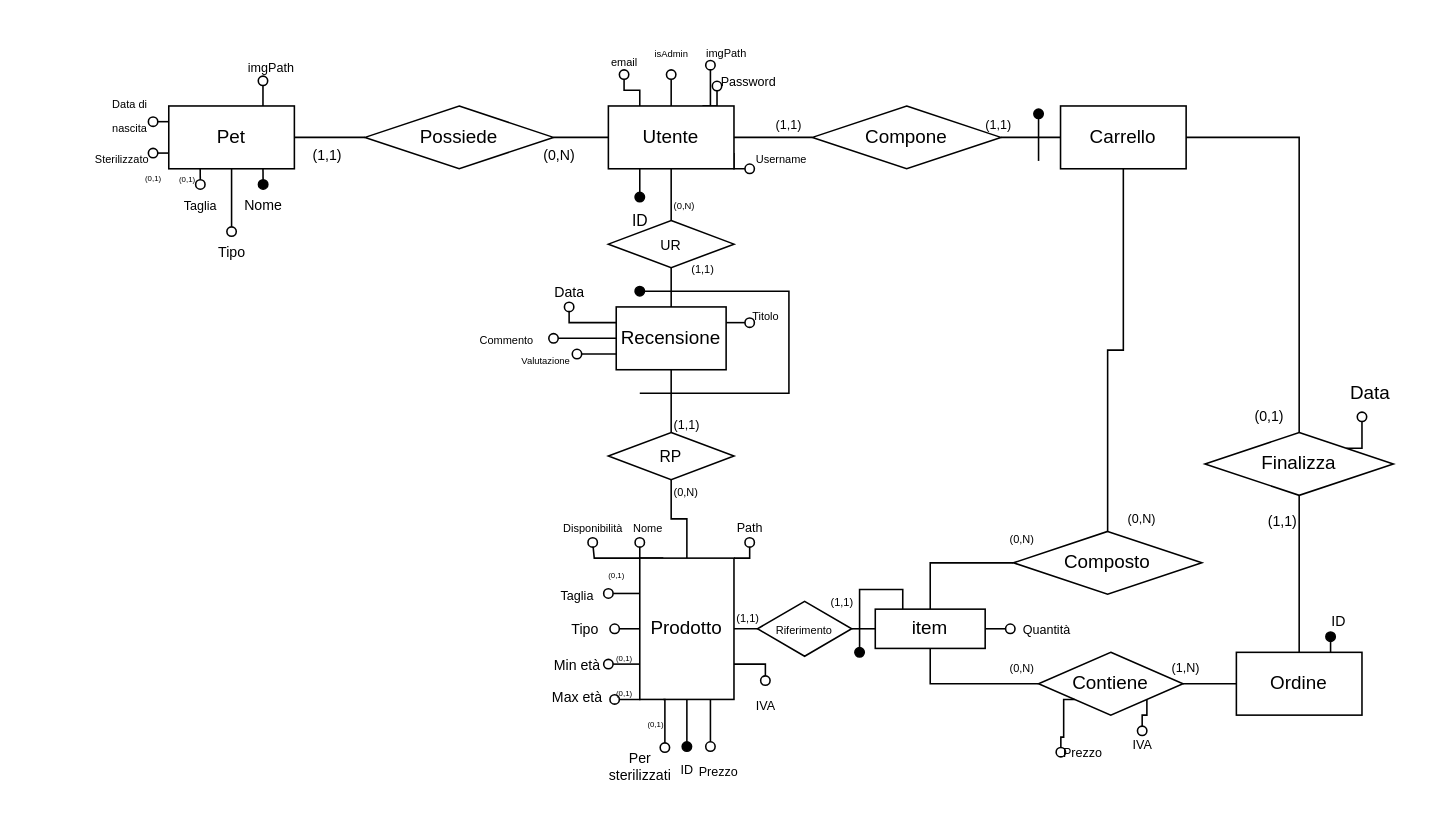
Before: Documenti/DrawIo&Images/DarwinShopNormalized.drawio in NumberZeroo/TSW_Proj, a draw.io diagram. Source tidied: cells renumbered, new cells numbered last; positions are measured from the earlier drawing's top-left corner, leaving out a move shared by most shapes. Both pictures are drawn from the tidied source at 157%, with x=0, y=0 at pixel (27, 27).
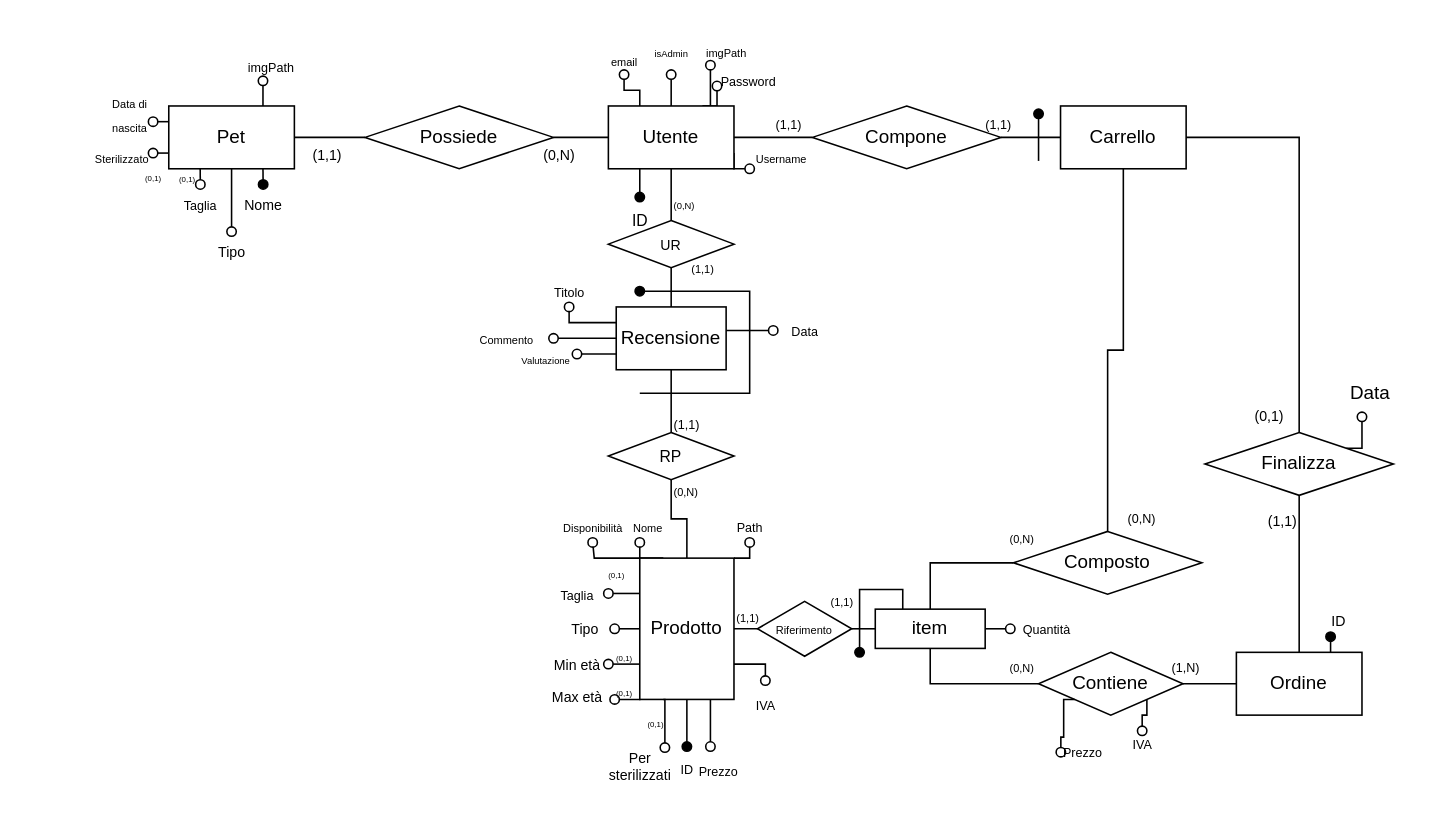
The same page after the edit.

Unchanged cells that the change refers to:
```xml
<mxCell id="114" value="Recensione" style="rounded=0;whiteSpace=wrap;html=1;" parent="1" vertex="1">
  <mxGeometry x="375" y="178" width="70" height="40" as="geometry" />
</mxCell>
```

The edit, as a diff of the source:
```diff
@@
-    <mxCell id="87" value="&lt;font style=&quot;font-size: 9px;&quot;&gt;Data&lt;/font&gt;" style="text;html=1;align=center;verticalAlign=middle;strokeColor=none;fillColor=none;" parent="1" vertex="1">
+    <mxCell id="87" value="&lt;font style=&quot;font-size: 8px;&quot;&gt;Titolo&lt;/font&gt;" style="text;html=1;align=center;verticalAlign=middle;strokeColor=none;fillColor=none;" parent="1" vertex="1">
       <mxGeometry x="325" y="153" width="40" height="30" as="geometry" />
     </mxCell>
@@
-    <mxCell id="89" value="&lt;font style=&quot;font-size: 7px;&quot;&gt;Titolo&lt;/font&gt;" style="text;html=1;align=center;verticalAlign=middle;points=[];strokeColor=none;fillColor=none;" parent="1" vertex="1">
-      <mxGeometry x="450" y="168" width="40" height="30" as="geometry" />
+    <mxCell id="89" value="&lt;font style=&quot;font-size: 8px;&quot;&gt;Data&lt;br&gt;&lt;/font&gt;" style="text;html=1;align=center;verticalAlign=middle;points=[];strokeColor=none;fillColor=none;" parent="1" vertex="1">
+      <mxGeometry x="475" y="178" width="40" height="30" as="geometry" />
     </mxCell>
@@
-    <mxCell id="112" style="edgeStyle=orthogonalEdgeStyle;rounded=0;jettySize=auto;html=1;exitX=1;exitY=0.25;exitDx=0;exitDy=0;endArrow=oval;endFill=0;" parent="1" edge="1" source="114">
-      <mxGeometry relative="1" as="geometry">
-        <mxPoint x="460" y="188.1" as="targetPoint" />
-      </mxGeometry>
-    </mxCell>
@@
+    <mxCell id="122" style="edgeStyle=orthogonalEdgeStyle;rounded=0;jettySize=auto;html=1;endArrow=oval;endFill=0;" parent="1" edge="1" source="114" target="89">
+      <mxGeometry relative="1" as="geometry">
+        <Array as="points">
+          <mxPoint x="450" y="193" />
+          <mxPoint x="450" y="193" />
+        </Array>
+      </mxGeometry>
+    </mxCell>
@@
     <mxCell id="121" style="endArrow=oval;html=1;rounded=0;endFill=1;" parent="1" edge="1">
       <mxGeometry relative="1" as="geometry">
         <mxPoint x="390" y="233" as="sourcePoint" />
         <mxPoint x="390" y="168" as="targetPoint" />
         <Array as="points">
-          <mxPoint x="485" y="233" />
-          <mxPoint x="485" y="168" />
+          <mxPoint x="460" y="233" />
+          <mxPoint x="460" y="198" />
+          <mxPoint x="460" y="168" />
         </Array>
       </mxGeometry>
     </mxCell>
```
